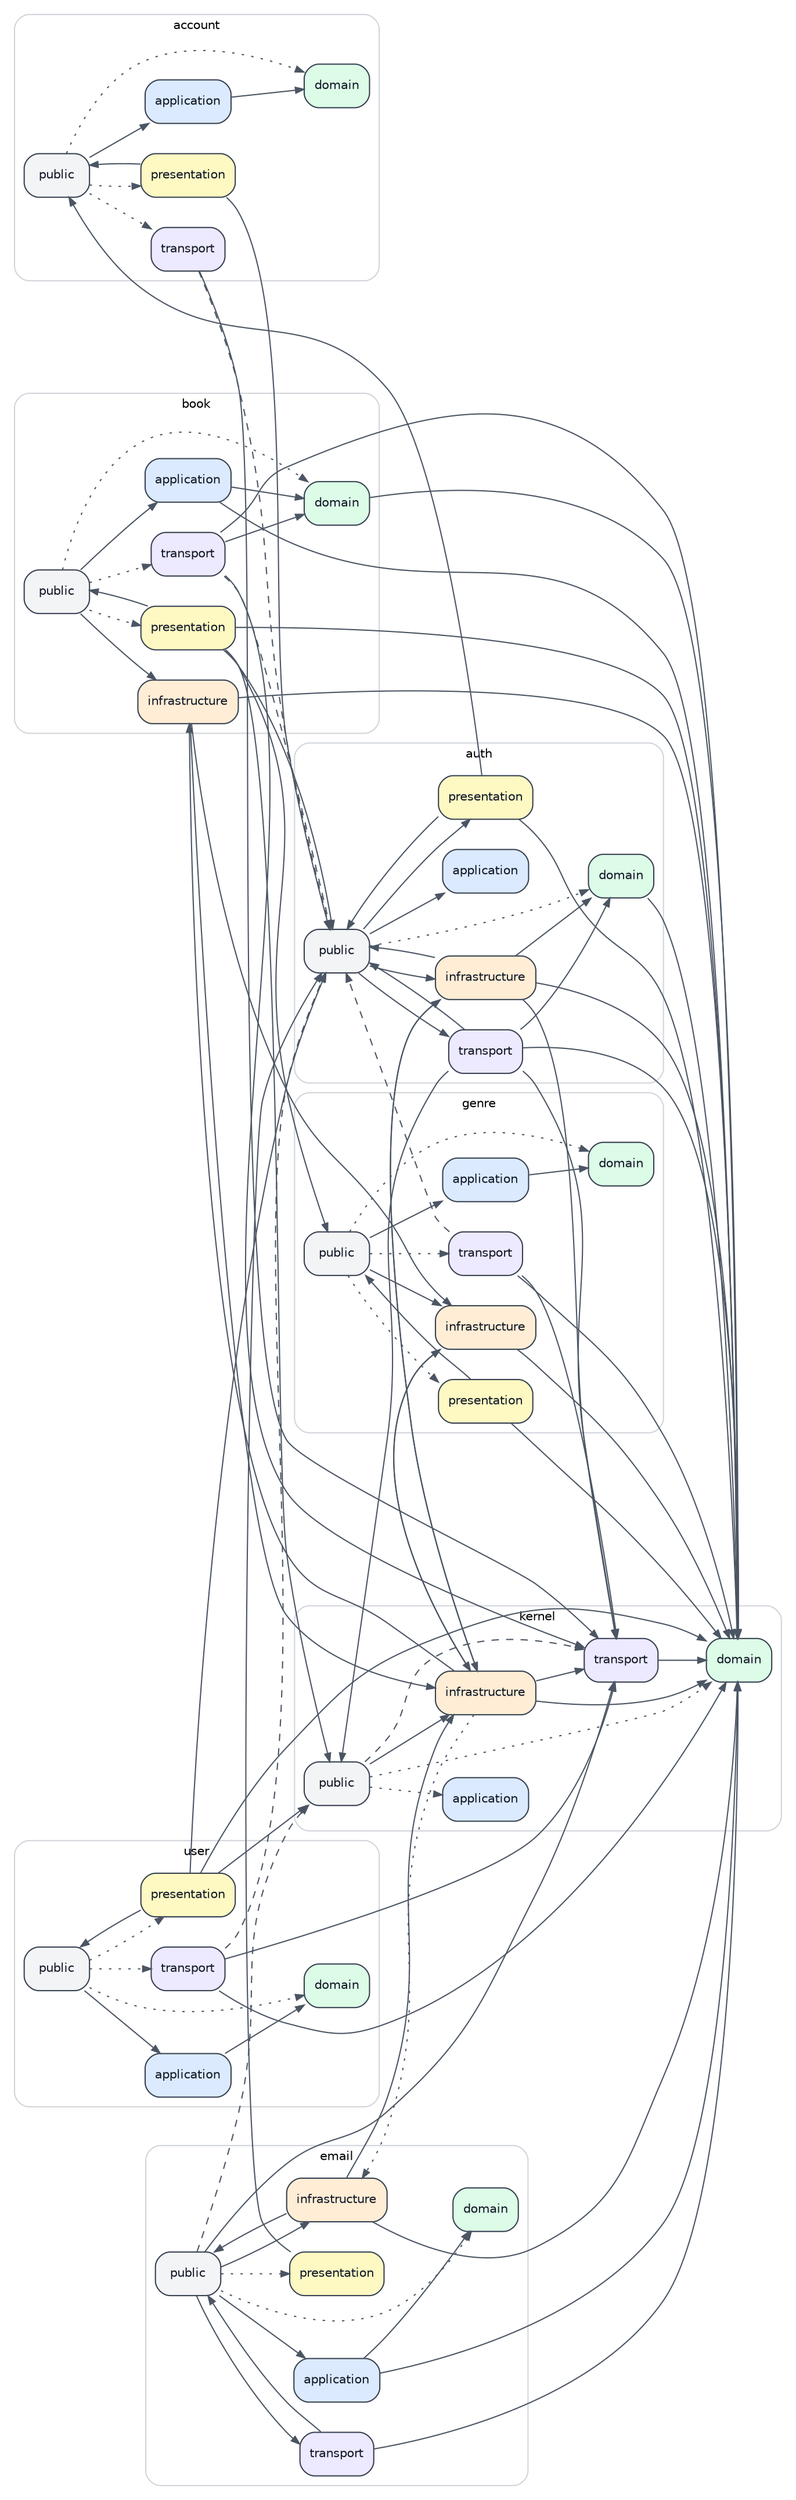
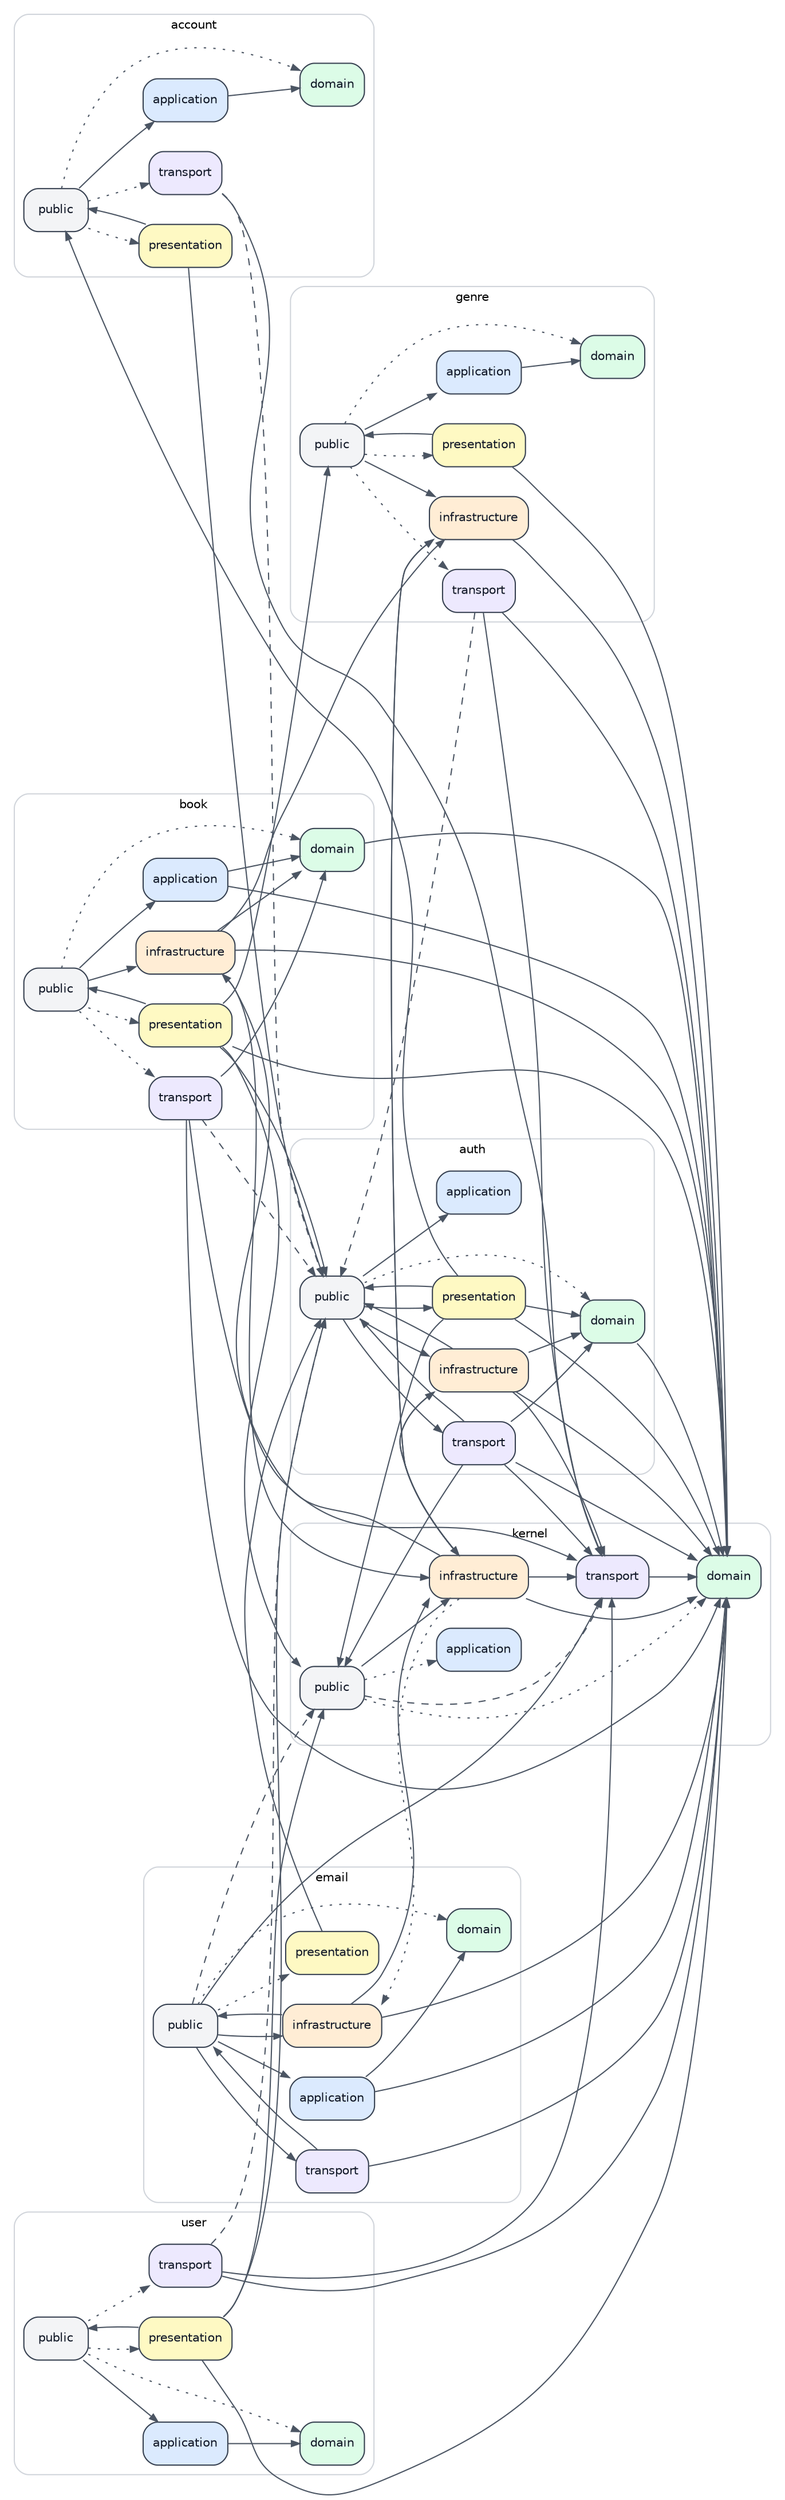
digraph ModuleLayerDependencies {
  graph [rankdir="LR", compound="true", fontname="Helvetica", fontsize="10", nodesep="0.35", ranksep="0.55"];
  node [shape="box", style="rounded,filled", fontname="Helvetica", fontsize="10", color="#374151", fontcolor="#111827"];
  edge [arrowsize="0.7", color="#4b5563", fontname="Helvetica", fontsize="9"];

  subgraph cluster_account {
    label="account";
    color="#d1d5db";
    style="rounded";
    "account/public" [label="public", fillcolor="#f3f4f6"];
    "account/application" [label="application", fillcolor="#dbeafe"];
    "account/domain" [label="domain", fillcolor="#dcfce7"];
    "account/presentation" [label="presentation", fillcolor="#fef9c3"];
    "account/transport" [label="transport", fillcolor="#ede9fe"];
  }

  subgraph cluster_auth {
    label="auth";
    color="#d1d5db";
    style="rounded";
    "auth/public" [label="public", fillcolor="#f3f4f6"];
    "auth/application" [label="application", fillcolor="#dbeafe"];
    "auth/domain" [label="domain", fillcolor="#dcfce7"];
    "auth/infrastructure" [label="infrastructure", fillcolor="#ffedd5"];
    "auth/presentation" [label="presentation", fillcolor="#fef9c3"];
    "auth/transport" [label="transport", fillcolor="#ede9fe"];
  }

  subgraph cluster_book {
    label="book";
    color="#d1d5db";
    style="rounded";
    "book/public" [label="public", fillcolor="#f3f4f6"];
    "book/application" [label="application", fillcolor="#dbeafe"];
    "book/domain" [label="domain", fillcolor="#dcfce7"];
    "book/infrastructure" [label="infrastructure", fillcolor="#ffedd5"];
    "book/presentation" [label="presentation", fillcolor="#fef9c3"];
    "book/transport" [label="transport", fillcolor="#ede9fe"];
  }

  subgraph cluster_email {
    label="email";
    color="#d1d5db";
    style="rounded";
    "email/public" [label="public", fillcolor="#f3f4f6"];
    "email/application" [label="application", fillcolor="#dbeafe"];
    "email/domain" [label="domain", fillcolor="#dcfce7"];
    "email/infrastructure" [label="infrastructure", fillcolor="#ffedd5"];
    "email/presentation" [label="presentation", fillcolor="#fef9c3"];
    "email/transport" [label="transport", fillcolor="#ede9fe"];
  }

  subgraph cluster_genre {
    label="genre";
    color="#d1d5db";
    style="rounded";
    "genre/public" [label="public", fillcolor="#f3f4f6"];
    "genre/application" [label="application", fillcolor="#dbeafe"];
    "genre/domain" [label="domain", fillcolor="#dcfce7"];
    "genre/infrastructure" [label="infrastructure", fillcolor="#ffedd5"];
    "genre/presentation" [label="presentation", fillcolor="#fef9c3"];
    "genre/transport" [label="transport", fillcolor="#ede9fe"];
  }

  subgraph cluster_kernel {
    label="kernel";
    color="#d1d5db";
    style="rounded";
    "kernel/public" [label="public", fillcolor="#f3f4f6"];
    "kernel/application" [label="application", fillcolor="#dbeafe"];
    "kernel/domain" [label="domain", fillcolor="#dcfce7"];
    "kernel/infrastructure" [label="infrastructure", fillcolor="#ffedd5"];
    "kernel/transport" [label="transport", fillcolor="#ede9fe"];
  }

  subgraph cluster_user {
    label="user";
    color="#d1d5db";
    style="rounded";
    "user/public" [label="public", fillcolor="#f3f4f6"];
    "user/application" [label="application", fillcolor="#dbeafe"];
    "user/domain" [label="domain", fillcolor="#dcfce7"];
    "user/presentation" [label="presentation", fillcolor="#fef9c3"];
    "user/transport" [label="transport", fillcolor="#ede9fe"];
  }

  "account/application" -> "account/domain" [style="solid"];
  "account/presentation" -> "account/public" [style="solid"];
  "account/presentation" -> "auth/public" [style="solid"];
  "account/public" -> "account/application" [style="solid"];
  "account/public" -> "account/domain" [style="dotted"];
  "account/public" -> "account/presentation" [style="dotted"];
  "account/public" -> "account/transport" [style="dotted"];
  "account/transport" -> "auth/public" [style="dashed"];
  "account/transport" -> "kernel/transport" [style="solid"];
  "auth/domain" -> "kernel/domain" [style="solid"];
  "auth/infrastructure" -> "auth/domain" [style="solid"];
  "auth/infrastructure" -> "auth/public" [style="solid"];
  "auth/infrastructure" -> "kernel/domain" [style="solid"];
  "auth/infrastructure" -> "kernel/infrastructure" [style="solid"];
  "auth/infrastructure" -> "kernel/transport" [style="solid"];
  "auth/presentation" -> "account/public" [style="solid"];
+   "auth/presentation" -> "auth/domain" [style="solid"];
  "auth/presentation" -> "auth/public" [style="solid"];
  "auth/presentation" -> "kernel/domain" [style="solid"];
+   "auth/presentation" -> "kernel/public" [style="solid"];
  "auth/public" -> "auth/application" [style="solid"];
  "auth/public" -> "auth/domain" [style="dotted"];
  "auth/public" -> "auth/infrastructure" [style="solid"];
  "auth/public" -> "auth/presentation" [style="solid"];
  "auth/public" -> "auth/transport" [style="solid"];
  "auth/transport" -> "auth/domain" [style="solid"];
  "auth/transport" -> "auth/public" [style="solid"];
  "auth/transport" -> "kernel/domain" [style="solid"];
  "auth/transport" -> "kernel/public" [style="solid"];
  "auth/transport" -> "kernel/transport" [style="solid"];
  "book/application" -> "book/domain" [style="solid"];
  "book/application" -> "kernel/domain" [style="solid"];
  "book/domain" -> "kernel/domain" [style="solid"];
+   "book/infrastructure" -> "book/domain" [style="solid"];
  "book/infrastructure" -> "genre/infrastructure" [style="solid"];
  "book/infrastructure" -> "kernel/domain" [style="solid"];
  "book/infrastructure" -> "kernel/infrastructure" [style="solid"];
  "book/presentation" -> "auth/public" [style="solid"];
  "book/presentation" -> "book/public" [style="solid"];
  "book/presentation" -> "genre/public" [style="solid"];
  "book/presentation" -> "kernel/domain" [style="solid"];
  "book/presentation" -> "kernel/public" [style="solid"];
  "book/public" -> "book/application" [style="solid"];
  "book/public" -> "book/domain" [style="dotted"];
  "book/public" -> "book/infrastructure" [style="solid"];
  "book/public" -> "book/presentation" [style="dotted"];
  "book/public" -> "book/transport" [style="dotted"];
  "book/transport" -> "auth/public" [style="dashed"];
  "book/transport" -> "book/domain" [style="solid"];
  "book/transport" -> "kernel/domain" [style="solid"];
  "book/transport" -> "kernel/transport" [style="solid"];
  "email/application" -> "email/domain" [style="solid"];
  "email/application" -> "kernel/domain" [style="solid"];
  "email/infrastructure" -> "email/public" [style="solid"];
  "email/infrastructure" -> "kernel/domain" [style="solid"];
  "email/infrastructure" -> "kernel/infrastructure" [style="solid"];
  "email/presentation" -> "auth/public" [style="solid"];
  "email/public" -> "email/application" [style="solid"];
  "email/public" -> "email/domain" [style="dotted"];
  "email/public" -> "email/infrastructure" [style="solid"];
  "email/public" -> "email/presentation" [style="dotted"];
  "email/public" -> "email/transport" [style="solid"];
  "email/public" -> "kernel/public" [style="dashed"];
  "email/public" -> "kernel/transport" [style="solid"];
  "email/transport" -> "email/public" [style="solid"];
  "email/transport" -> "kernel/domain" [style="solid"];
  "genre/application" -> "genre/domain" [style="solid"];
  "genre/infrastructure" -> "kernel/domain" [style="solid"];
  "genre/infrastructure" -> "kernel/infrastructure" [style="solid"];
  "genre/presentation" -> "genre/public" [style="solid"];
  "genre/presentation" -> "kernel/domain" [style="solid"];
  "genre/public" -> "genre/application" [style="solid"];
  "genre/public" -> "genre/domain" [style="dotted"];
  "genre/public" -> "genre/infrastructure" [style="solid"];
  "genre/public" -> "genre/presentation" [style="dotted"];
  "genre/public" -> "genre/transport" [style="dotted"];
  "genre/transport" -> "auth/public" [style="dashed"];
  "genre/transport" -> "kernel/domain" [style="solid"];
  "genre/transport" -> "kernel/transport" [style="solid"];
  "kernel/infrastructure" -> "auth/infrastructure" [style="solid"];
  "kernel/infrastructure" -> "book/infrastructure" [style="solid"];
  "kernel/infrastructure" -> "email/infrastructure" [style="dotted"];
  "kernel/infrastructure" -> "genre/infrastructure" [style="solid"];
  "kernel/infrastructure" -> "kernel/domain" [style="solid"];
  "kernel/infrastructure" -> "kernel/transport" [style="solid"];
  "kernel/public" -> "kernel/application" [style="dotted"];
  "kernel/public" -> "kernel/domain" [style="dotted"];
  "kernel/public" -> "kernel/infrastructure" [style="solid"];
  "kernel/public" -> "kernel/transport" [style="dashed"];
  "kernel/transport" -> "kernel/domain" [style="solid"];
  "user/application" -> "user/domain" [style="solid"];
  "user/presentation" -> "auth/public" [style="solid"];
  "user/presentation" -> "kernel/domain" [style="solid"];
  "user/presentation" -> "kernel/public" [style="solid"];
  "user/presentation" -> "user/public" [style="solid"];
  "user/public" -> "user/application" [style="solid"];
  "user/public" -> "user/domain" [style="dotted"];
  "user/public" -> "user/presentation" [style="dotted"];
  "user/public" -> "user/transport" [style="dotted"];
  "user/transport" -> "auth/public" [style="dashed"];
  "user/transport" -> "kernel/domain" [style="solid"];
  "user/transport" -> "kernel/transport" [style="solid"];
}
